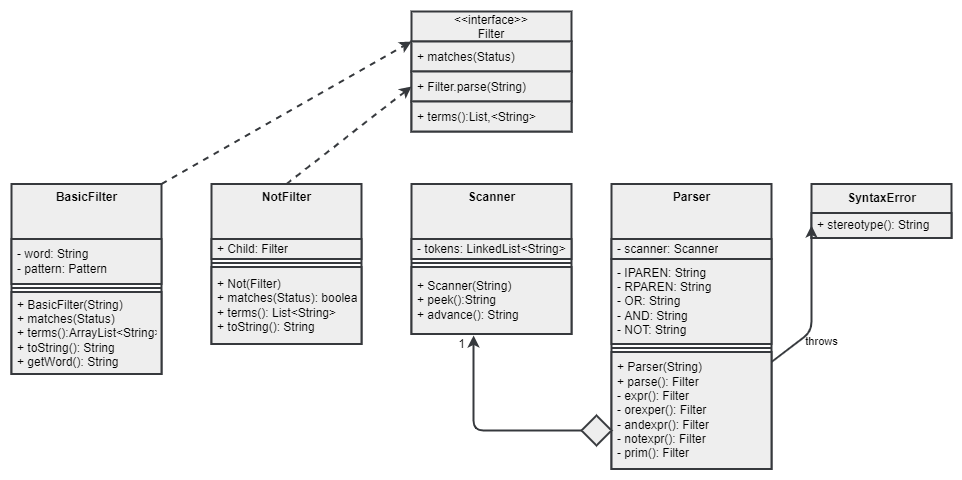
This is TwitterMapperStarter/uml/Filters.png from esolty/final-project-starter, a draw.io export, as it was before one commit. Source tidied: cells renumbered, new cells last; positions are measured from the earlier drawing's top-left corner, leaving out a move shared by most shapes. Its diagram source:
```xml
<mxGraphModel background="#FFFFFF">
  <root>
    <mxCell id="0" />
    <mxCell id="1" parent="0" />
    <mxCell id="2" value="&lt;&lt;interface&gt;&gt;&#10;Filter" style="swimlane;fontStyle=0;horizontal=1;startSize=30;fillColor=#eeeeee;strokeColor=#36393d;strokeWidth=2;labelBackgroundColor=none;fontColor=#000000;" parent="1" vertex="1">
      <mxGeometry x="400" width="160" height="120" as="geometry" />
    </mxCell>
    <mxCell id="3" value="+ matches(Status)" style="text;strokeColor=#36393d;fillColor=#eeeeee;align=left;verticalAlign=middle;spacingLeft=4;spacingRight=4;overflow=hidden;strokeWidth=2;labelBackgroundColor=none;fontColor=#000000;" parent="2" vertex="1">
      <mxGeometry y="30" width="160" height="30" as="geometry" />
    </mxCell>
    <mxCell id="4" value="+ Filter.parse(String)" style="text;align=left;verticalAlign=middle;spacingLeft=4;spacingRight=4;overflow=hidden;points=[[0,0.5],[1,0.5]];portConstraint=eastwest;fillColor=#eeeeee;strokeColor=#36393d;strokeWidth=2;labelBackgroundColor=none;fontColor=#000000;" parent="2" vertex="1">
      <mxGeometry y="60" width="160" height="30" as="geometry" />
    </mxCell>
    <mxCell id="5" value="+ terms():List,&lt;String&gt;" style="text;strokeColor=#36393d;fillColor=#eeeeee;align=left;verticalAlign=middle;spacingLeft=4;spacingRight=4;overflow=hidden;strokeWidth=2;labelBackgroundColor=none;fontColor=#000000;" parent="2" vertex="1">
      <mxGeometry y="90" width="160" height="30" as="geometry" />
    </mxCell>
    <mxCell id="6" style="edgeStyle=none;html=1;exitX=1;exitY=0;exitDx=0;exitDy=0;entryX=0;entryY=0.25;entryDx=0;entryDy=0;fontColor=#000000;dashed=1;fillColor=#eeeeee;strokeColor=#36393d;strokeWidth=2;labelBackgroundColor=none;" parent="1" edge="1" source="7" target="2">
      <mxGeometry relative="1" as="geometry" />
    </mxCell>
    <mxCell id="7" value="&lt;b&gt;BasicFilter&lt;/b&gt;&lt;br&gt;" style="swimlane;fontStyle=0;align=center;verticalAlign=top;horizontal=1;startSize=55;html=1;fillColor=#eeeeee;strokeColor=#36393d;strokeWidth=2;labelBackgroundColor=none;fontColor=#000000;" parent="1" vertex="1">
      <mxGeometry y="172.5" width="150" height="190" as="geometry" />
    </mxCell>
    <mxCell id="8" value="- word: String&lt;br&gt;- pattern: Pattern" style="text;html=1;strokeColor=#36393d;fillColor=#eeeeee;align=left;verticalAlign=middle;spacingLeft=4;spacingRight=4;overflow=hidden;strokeWidth=2;labelBackgroundColor=none;fontColor=#000000;" parent="7" vertex="1">
      <mxGeometry y="55" width="150" height="45" as="geometry" />
    </mxCell>
    <mxCell id="9" style="line;strokeWidth=2;fillColor=#eeeeee;align=left;verticalAlign=middle;spacingTop=-1;spacingLeft=3;spacingRight=3;labelPosition=right;strokeColor=#36393d;labelBackgroundColor=none;fontColor=#000000;" parent="7" vertex="1">
      <mxGeometry y="100" width="150" height="8" as="geometry" />
    </mxCell>
    <mxCell id="10" value="+ BasicFilter(String)&lt;br&gt;+ matches(Status)&lt;br&gt;+ terms():ArrayList&amp;lt;String&amp;gt;&lt;br&gt;+ toString(): String&lt;br&gt;+ getWord(): String" style="text;html=1;strokeColor=#36393d;fillColor=#eeeeee;align=left;verticalAlign=middle;spacingLeft=4;spacingRight=4;overflow=hidden;strokeWidth=2;labelBackgroundColor=none;fontColor=#000000;" parent="7" vertex="1">
      <mxGeometry y="108" width="150" height="82" as="geometry" />
    </mxCell>
    <mxCell id="11" value="&lt;b&gt;Parser&lt;/b&gt;" style="swimlane;fontStyle=0;align=center;verticalAlign=top;horizontal=1;startSize=55;html=1;fillColor=#eeeeee;strokeColor=#36393d;strokeWidth=2;labelBackgroundColor=none;fontColor=#000000;" parent="1" vertex="1">
      <mxGeometry x="600" y="172.5" width="160" height="285" as="geometry" />
    </mxCell>
    <mxCell id="12" value="- scanner: Scanner" style="text;html=1;strokeColor=#36393d;fillColor=#eeeeee;align=left;verticalAlign=middle;spacingLeft=4;spacingRight=4;overflow=hidden;strokeWidth=2;labelBackgroundColor=none;fontColor=#000000;" parent="11" vertex="1">
      <mxGeometry y="55" width="160" height="20" as="geometry" />
    </mxCell>
    <mxCell id="13" value="- IPAREN: String&lt;br&gt;- RPAREN: String&lt;br&gt;- OR: String&lt;br&gt;- AND: String&lt;br&gt;- NOT: String" style="text;html=1;strokeColor=#36393d;fillColor=#eeeeee;align=left;verticalAlign=middle;spacingLeft=4;spacingRight=4;overflow=hidden;strokeWidth=2;labelBackgroundColor=none;fontColor=#000000;" parent="11" vertex="1">
      <mxGeometry y="75" width="160" height="85" as="geometry" />
    </mxCell>
    <mxCell id="14" style="line;strokeWidth=2;fillColor=#eeeeee;align=left;verticalAlign=middle;spacingTop=-1;spacingLeft=3;spacingRight=3;labelPosition=right;strokeColor=#36393d;labelBackgroundColor=none;fontColor=#000000;" parent="11" vertex="1">
      <mxGeometry y="160" width="160" height="8" as="geometry" />
    </mxCell>
    <mxCell id="15" value="+ Parser(String)&lt;br&gt;+ parse(): Filter&lt;br&gt;- expr(): Filter&lt;br&gt;- orexper(): Filter&lt;br&gt;- andexpr(): Filter&lt;br&gt;- notexpr(): Filter&lt;br&gt;- prim(): Filter" style="text;html=1;strokeColor=#36393d;fillColor=#eeeeee;align=left;verticalAlign=middle;spacingLeft=4;spacingRight=4;overflow=hidden;strokeWidth=2;labelBackgroundColor=none;fontColor=#000000;" parent="11" vertex="1">
      <mxGeometry y="168" width="160" height="117" as="geometry" />
    </mxCell>
    <mxCell id="16" style="edgeStyle=none;html=1;exitX=0.5;exitY=0;exitDx=0;exitDy=0;entryX=0;entryY=0.5;entryDx=0;entryDy=0;fontColor=#000000;dashed=1;fillColor=#eeeeee;strokeColor=#36393d;strokeWidth=2;labelBackgroundColor=none;" parent="1" edge="1" source="17" target="4">
      <mxGeometry relative="1" as="geometry" />
    </mxCell>
    <mxCell id="17" value="&lt;b&gt;NotFilter&lt;/b&gt;" style="swimlane;fontStyle=0;align=center;verticalAlign=top;horizontal=1;startSize=55;html=1;fillColor=#eeeeee;strokeColor=#36393d;strokeWidth=2;labelBackgroundColor=none;fontColor=#000000;" parent="1" vertex="1">
      <mxGeometry x="200" y="172.5" width="150" height="160" as="geometry" />
    </mxCell>
    <mxCell id="18" value="+ Child: Filter" style="text;html=1;strokeColor=#36393d;fillColor=#eeeeee;align=left;verticalAlign=middle;spacingLeft=4;spacingRight=4;overflow=hidden;strokeWidth=2;labelBackgroundColor=none;fontColor=#000000;" parent="17" vertex="1">
      <mxGeometry y="55" width="150" height="20" as="geometry" />
    </mxCell>
    <mxCell id="19" style="line;strokeWidth=2;fillColor=#eeeeee;align=left;verticalAlign=middle;spacingTop=-1;spacingLeft=3;spacingRight=3;labelPosition=right;strokeColor=#36393d;labelBackgroundColor=none;fontColor=#000000;" parent="17" vertex="1">
      <mxGeometry y="75" width="150" height="8" as="geometry" />
    </mxCell>
    <mxCell id="20" value="+ Not(Filter)&lt;br&gt;+ matches(Status): boolean&lt;br&gt;+ terms(): List&amp;lt;String&amp;gt;&lt;br&gt;+ toString(): String" style="text;html=1;strokeColor=#36393d;fillColor=#eeeeee;align=left;verticalAlign=middle;spacingLeft=4;spacingRight=4;overflow=hidden;strokeWidth=2;labelBackgroundColor=none;fontColor=#000000;" parent="17" vertex="1">
      <mxGeometry y="83" width="150" height="77" as="geometry" />
    </mxCell>
    <mxCell id="21" value="&lt;b&gt;Scanner&lt;/b&gt;" style="swimlane;fontStyle=0;align=center;verticalAlign=top;horizontal=1;startSize=55;html=1;fillColor=#eeeeee;strokeColor=#36393d;strokeWidth=2;labelBackgroundColor=none;fontColor=#000000;" parent="1" vertex="1">
      <mxGeometry x="400" y="172.5" width="160" height="150" as="geometry" />
    </mxCell>
    <mxCell id="22" value="- tokens: LinkedList&amp;lt;String&amp;gt;" style="text;html=1;strokeColor=#36393d;fillColor=#eeeeee;align=left;verticalAlign=middle;spacingLeft=4;spacingRight=4;overflow=hidden;strokeWidth=2;labelBackgroundColor=none;fontColor=#000000;" parent="21" vertex="1">
      <mxGeometry y="55" width="160" height="20" as="geometry" />
    </mxCell>
    <mxCell id="23" style="line;strokeWidth=2;fillColor=#eeeeee;align=left;verticalAlign=middle;spacingTop=-1;spacingLeft=3;spacingRight=3;labelPosition=right;strokeColor=#36393d;labelBackgroundColor=none;fontColor=#000000;" parent="21" vertex="1">
      <mxGeometry y="75" width="160" height="8" as="geometry" />
    </mxCell>
    <mxCell id="24" value="+ Scanner(String)&lt;br&gt;+ peek():String&lt;br&gt;+ advance(): String" style="text;html=1;strokeColor=#36393d;fillColor=#eeeeee;align=left;verticalAlign=middle;spacingLeft=4;spacingRight=4;overflow=hidden;points=[[0,0.5],[1,0.5]];portConstraint=eastwest;strokeWidth=2;labelBackgroundColor=none;fontColor=#000000;" parent="21" vertex="1">
      <mxGeometry y="83" width="160" height="67" as="geometry" />
    </mxCell>
    <mxCell id="25" value="SyntaxError" style="swimlane;fontStyle=1;align=center;verticalAlign=middle;horizontal=1;startSize=29;html=1;fillColor=#eeeeee;strokeColor=#36393d;strokeWidth=2;labelBackgroundColor=none;fontColor=#000000;" parent="1" vertex="1">
      <mxGeometry x="800" y="172.5" width="140" height="54" as="geometry" />
    </mxCell>
    <mxCell id="26" value="+ stereotype(): String" style="text;html=1;strokeColor=#36393d;fillColor=#eeeeee;align=left;verticalAlign=middle;spacingLeft=4;spacingRight=4;overflow=hidden;points=[[0,0.5],[1,0.5]];portConstraint=eastwest;strokeWidth=2;labelBackgroundColor=none;fontColor=#000000;" parent="25" vertex="1">
      <mxGeometry y="29" width="140" height="25" as="geometry" />
    </mxCell>
    <mxCell id="27" value="throws" style="edgeStyle=none;html=1;exitX=1;exitY=0.5;exitDx=0;exitDy=0;entryX=0;entryY=0.5;entryDx=0;entryDy=0;fontColor=#000000;fillColor=#eeeeee;strokeColor=#36393d;strokeWidth=2;labelBackgroundColor=none;" parent="1" edge="1" target="26">
      <mxGeometry x="-0.36" y="-14" relative="1" as="geometry">
        <mxPoint x="760" y="350.5" as="sourcePoint" />
        <Array as="points">
          <mxPoint x="800" y="320" />
        </Array>
        <mxPoint x="-4" y="10" as="offset" />
      </mxGeometry>
    </mxCell>
    <mxCell id="28" style="edgeStyle=none;html=1;exitX=1;exitY=0.5;exitDx=0;exitDy=0;entryX=0.388;entryY=1.022;entryDx=0;entryDy=0;entryPerimeter=0;fillColor=#eeeeee;strokeColor=#36393d;strokeWidth=2;fontColor=#000000;labelBackgroundColor=none;" parent="1" edge="1" source="29" target="24">
      <mxGeometry relative="1" as="geometry">
        <Array as="points">
          <mxPoint x="462" y="419" />
        </Array>
      </mxGeometry>
    </mxCell>
    <mxCell id="29" style="rhombus;fillColor=#eeeeee;strokeColor=#36393d;strokeWidth=2;labelBackgroundColor=none;fontColor=#000000;" parent="1" vertex="1">
      <mxGeometry x="570" y="404" width="30" height="30" as="geometry" />
    </mxCell>
    <mxCell id="30" value="1" style="text;html=1;align=center;verticalAlign=middle;strokeColor=none;fillColor=none;strokeWidth=2;labelBackgroundColor=none;fontColor=#000000;" parent="1" vertex="1">
      <mxGeometry x="440" y="322.5" width="20" height="20" as="geometry" />
    </mxCell>
  </root>
</mxGraphModel>
```
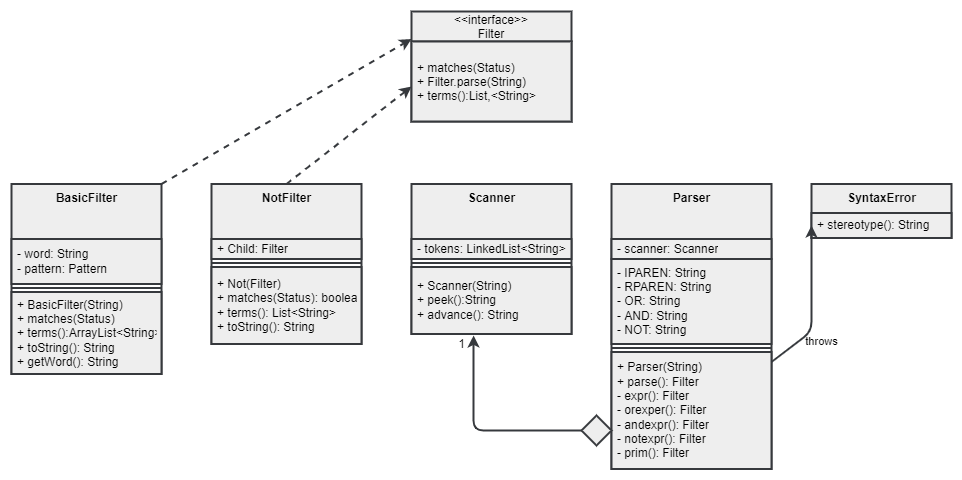
Above is the later version.

Diff of the diagram source:
```diff
@@ -3,17 +3,11 @@
     <mxCell id="0" />
     <mxCell id="1" parent="0" />
     <mxCell id="2" value="&lt;&lt;interface&gt;&gt;&#10;Filter" style="swimlane;fontStyle=0;horizontal=1;startSize=30;fillColor=#eeeeee;strokeColor=#36393d;strokeWidth=2;labelBackgroundColor=none;fontColor=#000000;" parent="1" vertex="1">
-      <mxGeometry x="400" width="160" height="120" as="geometry" />
+      <mxGeometry x="400" width="160" height="110" as="geometry" />
     </mxCell>
-    <mxCell id="3" value="+ matches(Status)" style="text;strokeColor=#36393d;fillColor=#eeeeee;align=left;verticalAlign=middle;spacingLeft=4;spacingRight=4;overflow=hidden;strokeWidth=2;labelBackgroundColor=none;fontColor=#000000;" parent="2" vertex="1">
-      <mxGeometry y="30" width="160" height="30" as="geometry" />
+    <mxCell id="3" value="+ matches(Status)&#10;+ Filter.parse(String)&#10;+ terms():List,&lt;String&gt;" style="text;strokeColor=#36393d;fillColor=#eeeeee;align=left;verticalAlign=middle;spacingLeft=4;spacingRight=4;overflow=hidden;strokeWidth=2;labelBackgroundColor=none;fontColor=#000000;" parent="2" vertex="1">
+      <mxGeometry y="30" width="160" height="80" as="geometry" />
     </mxCell>
-    <mxCell id="4" value="+ Filter.parse(String)" style="text;align=left;verticalAlign=middle;spacingLeft=4;spacingRight=4;overflow=hidden;points=[[0,0.5],[1,0.5]];portConstraint=eastwest;fillColor=#eeeeee;strokeColor=#36393d;strokeWidth=2;labelBackgroundColor=none;fontColor=#000000;" parent="2" vertex="1">
-      <mxGeometry y="60" width="160" height="30" as="geometry" />
-    </mxCell>
-    <mxCell id="5" value="+ terms():List,&lt;String&gt;" style="text;strokeColor=#36393d;fillColor=#eeeeee;align=left;verticalAlign=middle;spacingLeft=4;spacingRight=4;overflow=hidden;strokeWidth=2;labelBackgroundColor=none;fontColor=#000000;" parent="2" vertex="1">
-      <mxGeometry y="90" width="160" height="30" as="geometry" />
-    </mxCell>
     <mxCell id="6" style="edgeStyle=none;html=1;exitX=1;exitY=0;exitDx=0;exitDy=0;entryX=0;entryY=0.25;entryDx=0;entryDy=0;fontColor=#000000;dashed=1;fillColor=#eeeeee;strokeColor=#36393d;strokeWidth=2;labelBackgroundColor=none;" parent="1" edge="1" source="7" target="2">
       <mxGeometry relative="1" as="geometry" />
     </mxCell>
@@ -44,8 +38,10 @@
     <mxCell id="15" value="+ Parser(String)&lt;br&gt;+ parse(): Filter&lt;br&gt;- expr(): Filter&lt;br&gt;- orexper(): Filter&lt;br&gt;- andexpr(): Filter&lt;br&gt;- notexpr(): Filter&lt;br&gt;- prim(): Filter" style="text;html=1;strokeColor=#36393d;fillColor=#eeeeee;align=left;verticalAlign=middle;spacingLeft=4;spacingRight=4;overflow=hidden;strokeWidth=2;labelBackgroundColor=none;fontColor=#000000;" parent="11" vertex="1">
       <mxGeometry y="168" width="160" height="117" as="geometry" />
     </mxCell>
-    <mxCell id="16" style="edgeStyle=none;html=1;exitX=0.5;exitY=0;exitDx=0;exitDy=0;entryX=0;entryY=0.5;entryDx=0;entryDy=0;fontColor=#000000;dashed=1;fillColor=#eeeeee;strokeColor=#36393d;strokeWidth=2;labelBackgroundColor=none;" parent="1" edge="1" source="17" target="4">
-      <mxGeometry relative="1" as="geometry" />
+    <mxCell id="16" style="edgeStyle=none;html=1;exitX=0.5;exitY=0;exitDx=0;exitDy=0;entryX=0;entryY=0.5;entryDx=0;entryDy=0;fontColor=#000000;dashed=1;fillColor=#eeeeee;strokeColor=#36393d;strokeWidth=2;labelBackgroundColor=none;" parent="1" edge="1" source="17">
+      <mxGeometry relative="1" as="geometry">
+        <mxPoint x="400" y="75" as="targetPoint" />
+      </mxGeometry>
     </mxCell>
     <mxCell id="17" value="&lt;b&gt;NotFilter&lt;/b&gt;" style="swimlane;fontStyle=0;align=center;verticalAlign=top;horizontal=1;startSize=55;html=1;fillColor=#eeeeee;strokeColor=#36393d;strokeWidth=2;labelBackgroundColor=none;fontColor=#000000;" parent="1" vertex="1">
       <mxGeometry x="200" y="172.5" width="150" height="160" as="geometry" />
```
